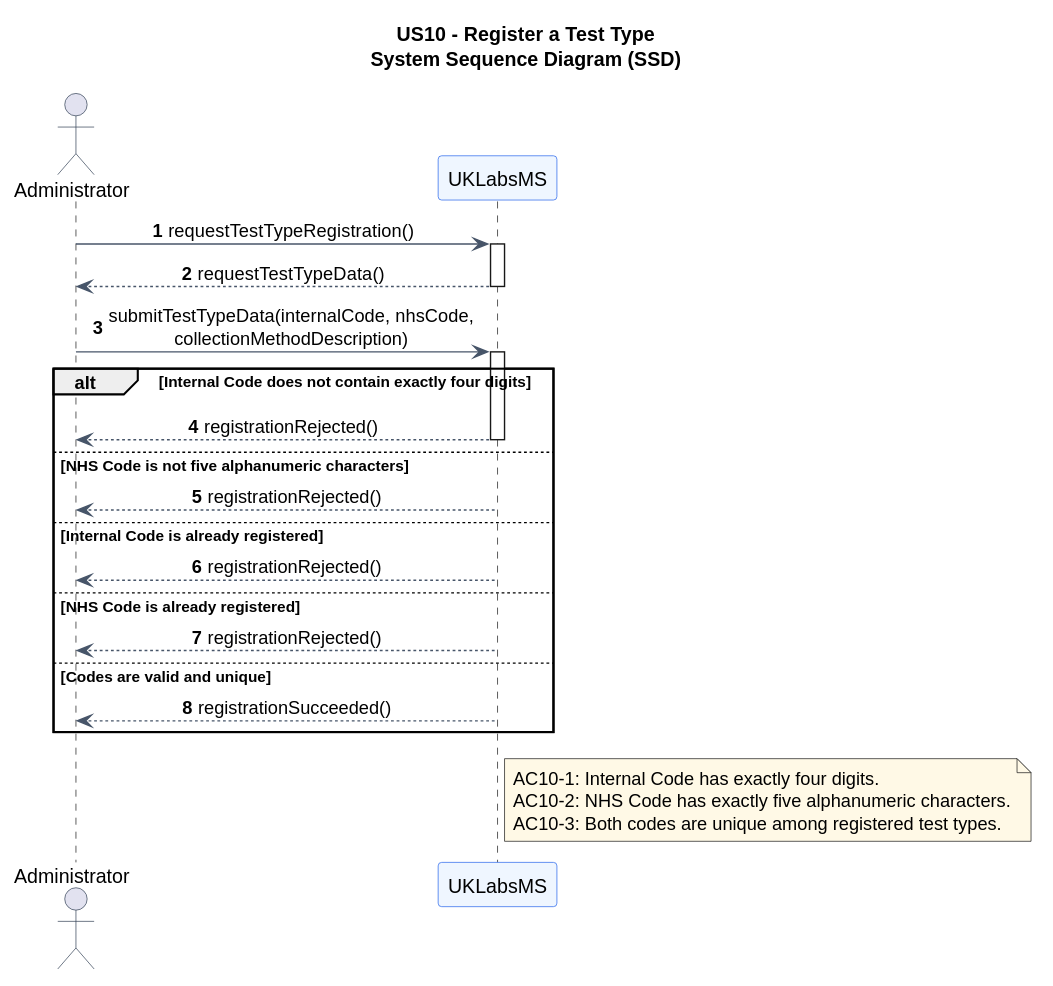
jmaia574/leti-esoft-26-27-B6 keeps this PlantUML diagram as docs/system-documentation/US10/svg/US10-SSD.svg. Above is the earlier version. Its diagram source:
```plantuml
@startuml
title US10 - Register a Test Type\nSystem Sequence Diagram (SSD)

skinparam backgroundColor #FFFFFF
skinparam shadowing false
skinparam sequenceMessageAlign center
skinparam responseMessageBelowArrow true
skinparam ParticipantBorderColor #2563EB
skinparam ParticipantBackgroundColor #EFF6FF
skinparam ActorBorderColor #334155
skinparam ArrowColor #475569
skinparam NoteBackgroundColor #FFF9E6

autoactivate on
autonumber

actor "Administrator" as Admin
participant "UKLabsMS" as System

Admin -> System : requestTestTypeRegistration()
System --> Admin : requestTestTypeData()
Admin -> System : submitTestTypeData(internalCode, nhsCode,\ncollectionMethodDescription)

alt Internal Code does not contain exactly four digits
    System --> Admin : registrationRejected()
else NHS Code is not five alphanumeric characters
    System --> Admin : registrationRejected()
else Internal Code is already registered
    System --> Admin : registrationRejected()
else NHS Code is already registered
    System --> Admin : registrationRejected()
else Codes are valid and unique
    System --> Admin : registrationSucceeded()
end

note right of System
AC10-1: Internal Code has exactly four digits.
AC10-2: NHS Code has exactly five alphanumeric characters.
AC10-3: Both codes are unique among registered test types.
end note
@enduml
```
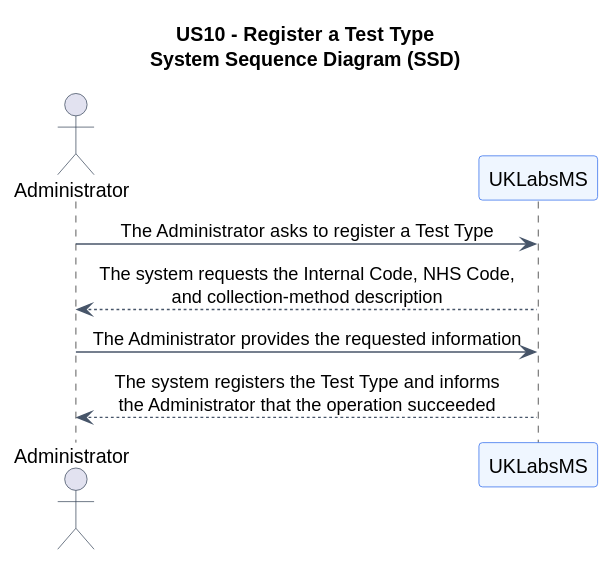
Later version of the same file.

What changed in the source:
```diff
@@ -9,33 +9,12 @@
 skinparam ParticipantBackgroundColor #EFF6FF
 skinparam ActorBorderColor #334155
 skinparam ArrowColor #475569
-skinparam NoteBackgroundColor #FFF9E6
-
-autoactivate on
-autonumber
 
 actor "Administrator" as Admin
 participant "UKLabsMS" as System
 
-Admin -> System : requestTestTypeRegistration()
-System --> Admin : requestTestTypeData()
-Admin -> System : submitTestTypeData(internalCode, nhsCode,\ncollectionMethodDescription)
-
-alt Internal Code does not contain exactly four digits
-    System --> Admin : registrationRejected()
-else NHS Code is not five alphanumeric characters
-    System --> Admin : registrationRejected()
-else Internal Code is already registered
-    System --> Admin : registrationRejected()
-else NHS Code is already registered
-    System --> Admin : registrationRejected()
-else Codes are valid and unique
-    System --> Admin : registrationSucceeded()
-end
-
-note right of System
-AC10-1: Internal Code has exactly four digits.
-AC10-2: NHS Code has exactly five alphanumeric characters.
-AC10-3: Both codes are unique among registered test types.
-end note
+Admin -> System : The Administrator asks to register a Test Type
+System --> Admin : The system requests the Internal Code, NHS Code,\nand collection-method description
+Admin -> System : The Administrator provides the requested information
+System --> Admin : The system registers the Test Type and informs\nthe Administrator that the operation succeeded
 @enduml
```
